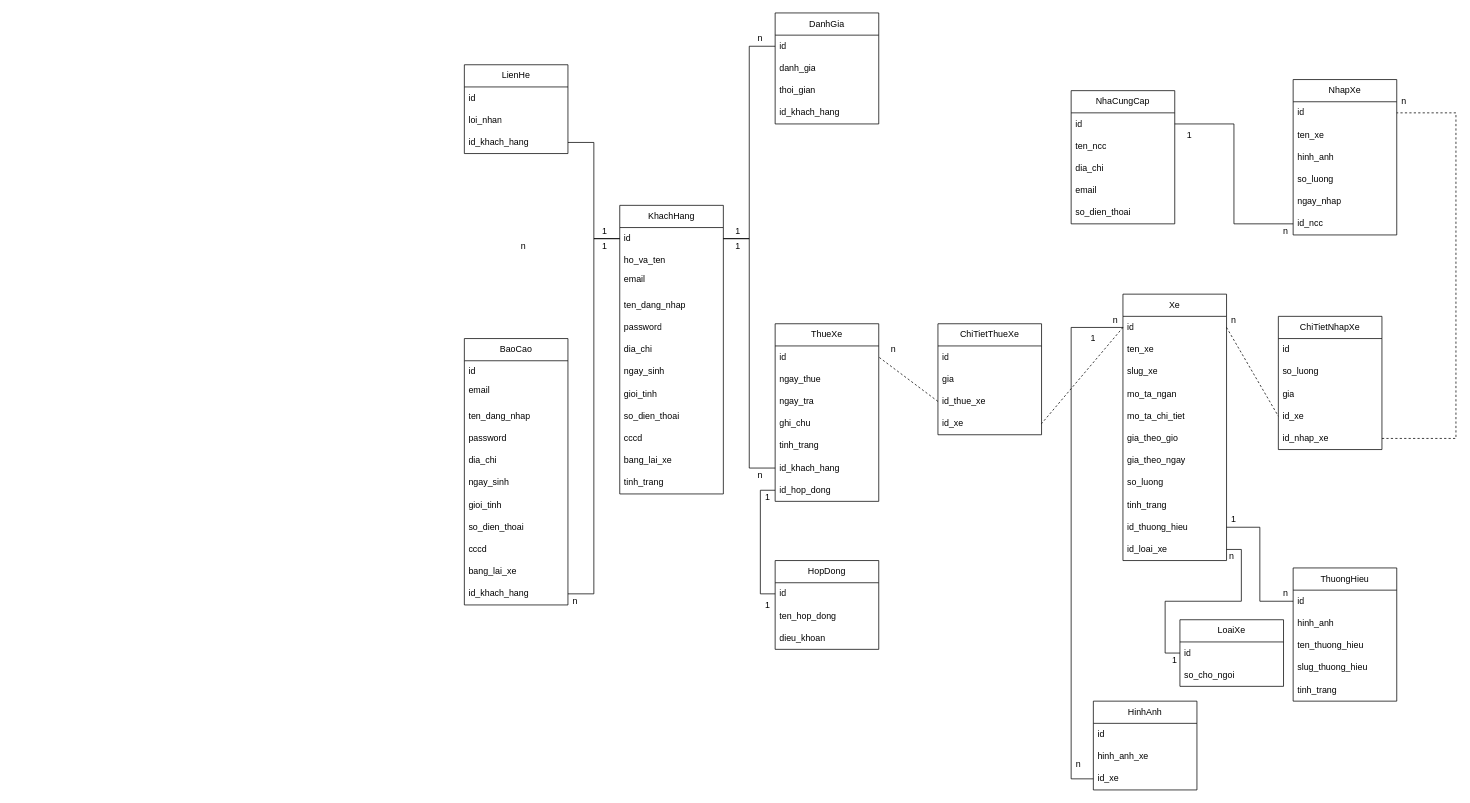
Earlier version of the draw.io diagram ocr.drawio (phtsnh26/SpeedGearX). Source tidied: cells renumbered, new cells numbered last; positions are measured from the earlier drawing's top-left corner, leaving out a move shared by most shapes. Both pictures are drawn from the tidied source at 74%, with x=0, y=0 at pixel (464, 13).
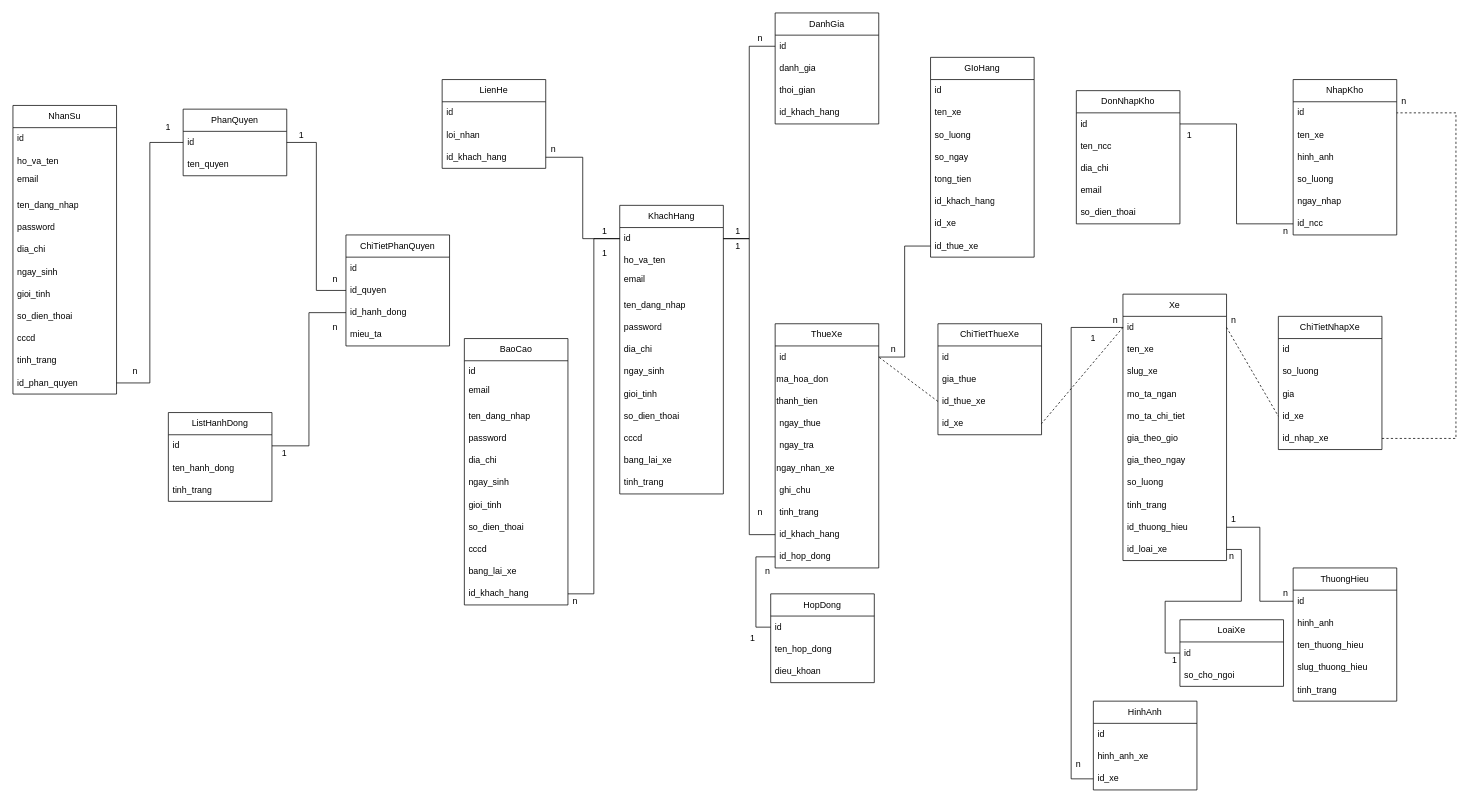
The same page after the edit.

Unchanged cells that the change refers to:
```xml
<mxCell id="63" value="id" style="text;strokeColor=none;fillColor=none;align=left;verticalAlign=middle;spacingLeft=4;spacingRight=4;overflow=hidden;points=[[0,0.5],[1,0.5]];portConstraint=eastwest;whiteSpace=wrap;html=1;" parent="62" vertex="1">
  <mxGeometry y="30" width="140" height="30" as="geometry" />
</mxCell>
<mxCell id="71" value="ChiTietThueXe" style="swimlane;fontStyle=0;horizontal=1;startSize=30;whiteSpace=wrap;html=1;" parent="1" vertex="1">
  <mxGeometry x="640" y="420" width="140" height="150" as="geometry" />
</mxCell>
```

Change to the diagram source:
```diff
@@
-    <mxCell id="42" value="NhaCungCap" style="swimlane;fontStyle=0;horizontal=1;startSize=30;whiteSpace=wrap;html=1;" parent="1" vertex="1">
-      <mxGeometry x="820" y="105" width="140" height="180" as="geometry" />
+    <mxCell id="42" value="DonNhapKho" style="swimlane;fontStyle=0;horizontal=1;startSize=30;whiteSpace=wrap;html=1;" parent="1" vertex="1">
+      <mxGeometry x="827" y="105" width="140" height="180" as="geometry" />
     </mxCell>
@@
-    <mxCell id="48" value="NhapXe" style="swimlane;fontStyle=0;horizontal=1;startSize=30;whiteSpace=wrap;html=1;" parent="1" vertex="1">
+    <mxCell id="48" value="NhapKho" style="swimlane;fontStyle=0;horizontal=1;startSize=30;whiteSpace=wrap;html=1;" parent="1" vertex="1">
       <mxGeometry x="1120" y="90" width="140" height="210" as="geometry" />
     </mxCell>
@@
-    <mxCell id="62" value="ThueXe" style="swimlane;fontStyle=0;horizontal=1;startSize=30;whiteSpace=wrap;html=1;" parent="1" vertex="1">
-      <mxGeometry x="420" y="420" width="140" height="240" as="geometry" />
+    <mxCell id="62" value="ThueXe" style="swimlane;fontStyle=0;horizontal=1;startSize=30;whiteSpace=wrap;html=1;align=center;" parent="1" vertex="1">
+      <mxGeometry x="420" y="420" width="140" height="330" as="geometry" />
     </mxCell>
@@
+    <mxCell id="132" value="ma_hoa_don" style="text;html=1;strokeColor=none;fillColor=none;align=left;verticalAlign=middle;whiteSpace=wrap;rounded=0;" parent="62" vertex="1">
+      <mxGeometry y="60" width="140" height="30" as="geometry" />
+    </mxCell>
+    <mxCell id="133" value="thanh_tien" style="text;html=1;strokeColor=none;fillColor=none;align=left;verticalAlign=middle;whiteSpace=wrap;rounded=0;" parent="62" vertex="1">
+      <mxGeometry y="90" width="140" height="30" as="geometry" />
+    </mxCell>
     <mxCell id="64" value="ngay_thue" style="text;strokeColor=none;fillColor=none;align=left;verticalAlign=middle;spacingLeft=4;spacingRight=4;overflow=hidden;whiteSpace=wrap;html=1;" parent="62" vertex="1">
-      <mxGeometry y="60" width="140" height="30" as="geometry" />
+      <mxGeometry y="120" width="140" height="30" as="geometry" />
     </mxCell>
     <mxCell id="65" value="ngay_tra" style="text;strokeColor=none;fillColor=none;align=left;verticalAlign=middle;spacingLeft=4;spacingRight=4;overflow=hidden;whiteSpace=wrap;html=1;" parent="62" vertex="1">
-      <mxGeometry y="90" width="140" height="30" as="geometry" />
+      <mxGeometry y="150" width="140" height="30" as="geometry" />
     </mxCell>
+    <mxCell id="134" value="ngay_nhan_xe" style="text;html=1;strokeColor=none;fillColor=none;align=left;verticalAlign=middle;whiteSpace=wrap;rounded=0;" parent="62" vertex="1">
+      <mxGeometry y="180" width="140" height="30" as="geometry" />
+    </mxCell>
     <mxCell id="66" value="ghi_chu" style="text;strokeColor=none;fillColor=none;align=left;verticalAlign=middle;spacingLeft=4;spacingRight=4;overflow=hidden;whiteSpace=wrap;html=1;" parent="62" vertex="1">
-      <mxGeometry y="120" width="140" height="30" as="geometry" />
+      <mxGeometry y="210" width="140" height="30" as="geometry" />
     </mxCell>
     <mxCell id="67" value="tinh_trang" style="text;strokeColor=none;fillColor=none;align=left;verticalAlign=middle;spacingLeft=4;spacingRight=4;overflow=hidden;whiteSpace=wrap;html=1;" parent="62" vertex="1">
-      <mxGeometry y="150" width="140" height="30" as="geometry" />
+      <mxGeometry y="240" width="140" height="30" as="geometry" />
     </mxCell>
     <mxCell id="68" value="id_khach_hang" style="text;strokeColor=none;fillColor=none;align=left;verticalAlign=middle;spacingLeft=4;spacingRight=4;overflow=hidden;points=[[0,0.5],[1,0.5]];portConstraint=eastwest;whiteSpace=wrap;html=1;" parent="62" vertex="1">
-      <mxGeometry y="180" width="140" height="30" as="geometry" />
+      <mxGeometry y="270" width="140" height="30" as="geometry" />
     </mxCell>
     <mxCell id="69" value="id_hop_dong" style="text;strokeColor=none;fillColor=none;align=left;verticalAlign=middle;spacingLeft=4;spacingRight=4;overflow=hidden;points=[[0,0.5],[1,0.5]];portConstraint=eastwest;whiteSpace=wrap;html=1;" parent="62" vertex="1">
-      <mxGeometry y="210" width="140" height="30" as="geometry" />
+      <mxGeometry y="300" width="140" height="30" as="geometry" />
     </mxCell>
@@
-    <mxCell id="73" value="gia" style="text;strokeColor=none;fillColor=none;align=left;verticalAlign=middle;spacingLeft=4;spacingRight=4;overflow=hidden;whiteSpace=wrap;html=1;" parent="71" vertex="1">
+    <mxCell id="73" value="gia_thue" style="text;strokeColor=none;fillColor=none;align=left;verticalAlign=middle;spacingLeft=4;spacingRight=4;overflow=hidden;whiteSpace=wrap;html=1;" parent="71" vertex="1">
       <mxGeometry y="60" width="140" height="30" as="geometry" />
     </mxCell>
@@
     <mxCell id="100" value="n" style="text;html=1;strokeColor=none;fillColor=none;align=center;verticalAlign=middle;whiteSpace=wrap;rounded=0;" parent="1" vertex="1">
-      <mxGeometry x="370" y="610" width="60" height="30" as="geometry" />
+      <mxGeometry x="370" y="660" width="60" height="30" as="geometry" />
     </mxCell>
@@
     <mxCell id="118" value="HopDong" style="swimlane;fontStyle=0;horizontal=1;startSize=30;whiteSpace=wrap;html=1;" parent="1" vertex="1">
-      <mxGeometry x="420" y="740" width="140" height="120" as="geometry" />
+      <mxGeometry x="414" y="785" width="140" height="120" as="geometry" />
     </mxCell>
@@
-    <mxCell id="123" value="1" style="text;html=1;strokeColor=none;fillColor=none;align=center;verticalAlign=middle;whiteSpace=wrap;rounded=0;" parent="1" vertex="1">
-      <mxGeometry x="380" y="640" width="60" height="30" as="geometry" />
+    <mxCell id="123" value="n" style="text;html=1;strokeColor=none;fillColor=none;align=center;verticalAlign=middle;whiteSpace=wrap;rounded=0;" parent="1" vertex="1">
+      <mxGeometry x="380" y="740" width="60" height="30" as="geometry" />
     </mxCell>
     <mxCell id="124" value="1" style="text;html=1;strokeColor=none;fillColor=none;align=center;verticalAlign=middle;whiteSpace=wrap;rounded=0;" parent="1" vertex="1">
-      <mxGeometry x="380" y="785" width="60" height="30" as="geometry" />
+      <mxGeometry x="360" y="830" width="60" height="30" as="geometry" />
     </mxCell>
     <mxCell id="125" value="LienHe" style="swimlane;fontStyle=0;horizontal=1;startSize=30;whiteSpace=wrap;html=1;" parent="1" vertex="1">
-      <mxGeometry y="70" width="140" height="120" as="geometry" />
+      <mxGeometry x="-30" y="90" width="140" height="120" as="geometry" />
     </mxCell>
-    <mxCell id="126" value="id" style="text;strokeColor=none;fillColor=none;align=left;verticalAlign=middle;spacingLeft=4;spacingRight=4;overflow=hidden;whiteSpace=wrap;html=1;" parent="125" vertex="1">
-      <mxGeometry y="30" width="140" height="30" as="geometry" />
-    </mxCell>
+    <mxCell id="135" value="id" style="text;strokeColor=none;fillColor=none;align=left;verticalAlign=middle;spacingLeft=4;spacingRight=4;overflow=hidden;whiteSpace=wrap;html=1;" parent="125" vertex="1">
+      <mxGeometry y="30" width="140" height="30" as="geometry" />
+    </mxCell>
@@
-    <mxCell id="130" value="1" style="text;html=1;strokeColor=none;fillColor=none;align=center;verticalAlign=middle;whiteSpace=wrap;rounded=0;" parent="1" vertex="1">
-      <mxGeometry x="160" y="300" width="60" height="30" as="geometry" />
-    </mxCell>
-    <mxCell id="131" value="n" style="text;html=1;strokeColor=none;fillColor=none;align=center;verticalAlign=middle;whiteSpace=wrap;rounded=0;" parent="1" vertex="1">
-      <mxGeometry x="50" y="300" width="60" height="30" as="geometry" />
-    </mxCell>
+    <mxCell id="136" value="1" style="text;html=1;strokeColor=none;fillColor=none;align=center;verticalAlign=middle;whiteSpace=wrap;rounded=0;" parent="1" vertex="1">
+      <mxGeometry x="160" y="310" width="60" height="30" as="geometry" />
+    </mxCell>
+    <mxCell id="137" value="n" style="text;html=1;align=center;verticalAlign=middle;strokeColor=none;fillColor=none;" parent="1" vertex="1">
+      <mxGeometry x="105" y="170" width="30" height="30" as="geometry" />
+    </mxCell>
+    <mxCell id="138" value="NhanSu" style="swimlane;fontStyle=0;horizontal=1;startSize=30;whiteSpace=wrap;html=1;" parent="1" vertex="1">
+      <mxGeometry x="-610" y="125" width="140" height="390" as="geometry" />
+    </mxCell>
+    <mxCell id="139" value="id" style="text;strokeColor=none;fillColor=none;align=left;verticalAlign=middle;spacingLeft=4;spacingRight=4;overflow=hidden;whiteSpace=wrap;html=1;" parent="138" vertex="1">
+      <mxGeometry y="30" width="140" height="30" as="geometry" />
+    </mxCell>
+    <mxCell id="140" value="ho_va_ten" style="text;strokeColor=none;fillColor=none;align=left;verticalAlign=middle;spacingLeft=4;spacingRight=4;overflow=hidden;whiteSpace=wrap;html=1;" parent="138" vertex="1">
+      <mxGeometry y="60" width="140" height="30" as="geometry" />
+    </mxCell>
+    <mxCell id="141" value="email&lt;span style=&quot;white-space: pre;&quot;&gt;&#9;&lt;/span&gt;&lt;br&gt;&lt;br&gt;" style="text;strokeColor=none;fillColor=none;align=left;verticalAlign=middle;spacingLeft=4;spacingRight=4;overflow=hidden;whiteSpace=wrap;html=1;" parent="138" vertex="1">
+      <mxGeometry y="90" width="140" height="30" as="geometry" />
+    </mxCell>
+    <mxCell id="142" value="ten_dang_nhap" style="text;strokeColor=none;fillColor=none;align=left;verticalAlign=middle;spacingLeft=4;spacingRight=4;overflow=hidden;whiteSpace=wrap;html=1;" parent="138" vertex="1">
+      <mxGeometry y="120" width="140" height="30" as="geometry" />
+    </mxCell>
+    <mxCell id="143" value="password" style="text;strokeColor=none;fillColor=none;align=left;verticalAlign=middle;spacingLeft=4;spacingRight=4;overflow=hidden;whiteSpace=wrap;html=1;" parent="138" vertex="1">
+      <mxGeometry y="150" width="140" height="30" as="geometry" />
+    </mxCell>
+    <mxCell id="144" value="dia_chi" style="text;strokeColor=none;fillColor=none;align=left;verticalAlign=middle;spacingLeft=4;spacingRight=4;overflow=hidden;whiteSpace=wrap;html=1;" parent="138" vertex="1">
+      <mxGeometry y="180" width="140" height="30" as="geometry" />
+    </mxCell>
+    <mxCell id="145" value="ngay_sinh" style="text;strokeColor=none;fillColor=none;align=left;verticalAlign=middle;spacingLeft=4;spacingRight=4;overflow=hidden;whiteSpace=wrap;html=1;" parent="138" vertex="1">
+      <mxGeometry y="210" width="140" height="30" as="geometry" />
+    </mxCell>
+    <mxCell id="146" value="gioi_tinh" style="text;strokeColor=none;fillColor=none;align=left;verticalAlign=middle;spacingLeft=4;spacingRight=4;overflow=hidden;whiteSpace=wrap;html=1;" parent="138" vertex="1">
+      <mxGeometry y="240" width="140" height="30" as="geometry" />
+    </mxCell>
+    <mxCell id="147" value="so_dien_thoai" style="text;strokeColor=none;fillColor=none;align=left;verticalAlign=middle;spacingLeft=4;spacingRight=4;overflow=hidden;whiteSpace=wrap;html=1;" parent="138" vertex="1">
+      <mxGeometry y="270" width="140" height="30" as="geometry" />
+    </mxCell>
+    <mxCell id="148" value="cccd" style="text;strokeColor=none;fillColor=none;align=left;verticalAlign=middle;spacingLeft=4;spacingRight=4;overflow=hidden;whiteSpace=wrap;html=1;" parent="138" vertex="1">
+      <mxGeometry y="300" width="140" height="30" as="geometry" />
+    </mxCell>
+    <mxCell id="149" value="tinh_trang" style="text;strokeColor=none;fillColor=none;align=left;verticalAlign=middle;spacingLeft=4;spacingRight=4;overflow=hidden;whiteSpace=wrap;html=1;" parent="138" vertex="1">
+      <mxGeometry y="330" width="140" height="30" as="geometry" />
+    </mxCell>
+    <mxCell id="150" value="id_phan_quyen" style="text;strokeColor=none;fillColor=none;align=left;verticalAlign=middle;spacingLeft=4;spacingRight=4;overflow=hidden;points=[[0,0.5],[1,0.5]];portConstraint=eastwest;whiteSpace=wrap;html=1;" parent="138" vertex="1">
+      <mxGeometry y="360" width="140" height="30" as="geometry" />
+    </mxCell>
+    <mxCell id="151" value="PhanQuyen" style="swimlane;fontStyle=0;horizontal=1;startSize=30;whiteSpace=wrap;html=1;" parent="1" vertex="1">
+      <mxGeometry x="-380" y="130" width="140" height="90" as="geometry" />
+    </mxCell>
+    <mxCell id="152" value="id" style="text;strokeColor=none;fillColor=none;align=left;verticalAlign=middle;spacingLeft=4;spacingRight=4;overflow=hidden;points=[[0,0.5],[1,0.5]];portConstraint=eastwest;whiteSpace=wrap;html=1;" parent="151" vertex="1">
+      <mxGeometry y="30" width="140" height="30" as="geometry" />
+    </mxCell>
+    <mxCell id="153" value="ten_quyen" style="text;strokeColor=none;fillColor=none;align=left;verticalAlign=middle;spacingLeft=4;spacingRight=4;overflow=hidden;whiteSpace=wrap;html=1;" parent="151" vertex="1">
+      <mxGeometry y="60" width="140" height="30" as="geometry" />
+    </mxCell>
+    <mxCell id="154" style="edgeStyle=orthogonalEdgeStyle;rounded=0;jettySize=auto;html=1;endArrow=none;endFill=0;" parent="1" edge="1" source="152" target="150">
+      <mxGeometry relative="1" as="geometry" />
+    </mxCell>
+    <mxCell id="155" value="1" style="text;html=1;strokeColor=none;fillColor=none;align=center;verticalAlign=middle;whiteSpace=wrap;rounded=0;" parent="1" vertex="1">
+      <mxGeometry x="-430" y="140" width="60" height="30" as="geometry" />
+    </mxCell>
+    <mxCell id="156" value="n" style="text;html=1;align=center;verticalAlign=middle;strokeColor=none;fillColor=none;" parent="1" vertex="1">
+      <mxGeometry x="-460" y="470" width="30" height="30" as="geometry" />
+    </mxCell>
+    <mxCell id="157" value="ChiTietPhanQuyen" style="swimlane;fontStyle=0;horizontal=1;startSize=30;whiteSpace=wrap;html=1;" parent="1" vertex="1">
+      <mxGeometry x="-160" y="300" width="140" height="150" as="geometry" />
+    </mxCell>
+    <mxCell id="158" value="id" style="text;strokeColor=none;fillColor=none;align=left;verticalAlign=middle;spacingLeft=4;spacingRight=4;overflow=hidden;whiteSpace=wrap;html=1;" parent="157" vertex="1">
+      <mxGeometry y="30" width="140" height="30" as="geometry" />
+    </mxCell>
+    <mxCell id="159" value="id_quyen" style="text;strokeColor=none;fillColor=none;align=left;verticalAlign=middle;spacingLeft=4;spacingRight=4;overflow=hidden;points=[[0,0.5],[1,0.5]];portConstraint=eastwest;whiteSpace=wrap;html=1;" parent="157" vertex="1">
+      <mxGeometry y="60" width="140" height="30" as="geometry" />
+    </mxCell>
+    <mxCell id="160" value="id_hanh_dong" style="text;strokeColor=none;fillColor=none;align=left;verticalAlign=middle;spacingLeft=4;spacingRight=4;overflow=hidden;points=[[0,0.5],[1,0.5]];portConstraint=eastwest;whiteSpace=wrap;html=1;" parent="157" vertex="1">
+      <mxGeometry y="90" width="140" height="30" as="geometry" />
+    </mxCell>
+    <mxCell id="161" value="mieu_ta" style="text;strokeColor=none;fillColor=none;align=left;verticalAlign=middle;spacingLeft=4;spacingRight=4;overflow=hidden;whiteSpace=wrap;html=1;" parent="157" vertex="1">
+      <mxGeometry y="120" width="140" height="30" as="geometry" />
+    </mxCell>
+    <mxCell id="162" style="edgeStyle=orthogonalEdgeStyle;rounded=0;jettySize=auto;html=1;endArrow=none;endFill=0;" parent="1" edge="1" source="152" target="159">
+      <mxGeometry relative="1" as="geometry" />
+    </mxCell>
+    <mxCell id="163" value="1" style="text;html=1;strokeColor=none;fillColor=none;align=center;verticalAlign=middle;whiteSpace=wrap;rounded=0;" parent="1" vertex="1">
+      <mxGeometry x="-250" y="150" width="60" height="30" as="geometry" />
+    </mxCell>
+    <mxCell id="164" value="n" style="text;html=1;align=center;verticalAlign=middle;strokeColor=none;fillColor=none;" parent="1" vertex="1">
+      <mxGeometry x="-190" y="345" width="30" height="30" as="geometry" />
+    </mxCell>
+    <mxCell id="165" value="ListHanhDong" style="swimlane;fontStyle=0;horizontal=1;startSize=30;whiteSpace=wrap;html=1;" parent="1" vertex="1">
+      <mxGeometry x="-400" y="540" width="140" height="120" as="geometry" />
+    </mxCell>
+    <mxCell id="166" value="id" style="text;strokeColor=none;fillColor=none;align=left;verticalAlign=middle;spacingLeft=4;spacingRight=4;overflow=hidden;points=[[0,0.5],[1,0.5]];portConstraint=eastwest;whiteSpace=wrap;html=1;" parent="165" vertex="1">
+      <mxGeometry y="30" width="140" height="30" as="geometry" />
+    </mxCell>
+    <mxCell id="167" value="ten_hanh_dong" style="text;strokeColor=none;fillColor=none;align=left;verticalAlign=middle;spacingLeft=4;spacingRight=4;overflow=hidden;whiteSpace=wrap;html=1;" parent="165" vertex="1">
+      <mxGeometry y="60" width="140" height="30" as="geometry" />
+    </mxCell>
+    <mxCell id="168" value="tinh_trang" style="text;strokeColor=none;fillColor=none;align=left;verticalAlign=middle;spacingLeft=4;spacingRight=4;overflow=hidden;whiteSpace=wrap;html=1;" parent="165" vertex="1">
+      <mxGeometry y="90" width="140" height="30" as="geometry" />
+    </mxCell>
+    <mxCell id="169" style="edgeStyle=orthogonalEdgeStyle;rounded=0;jettySize=auto;html=1;endArrow=none;endFill=0;" parent="1" edge="1" source="166" target="160">
+      <mxGeometry relative="1" as="geometry" />
+    </mxCell>
+    <mxCell id="170" value="1" style="text;html=1;strokeColor=none;fillColor=none;align=center;verticalAlign=middle;whiteSpace=wrap;rounded=0;" parent="1" vertex="1">
+      <mxGeometry x="-273" y="580" width="60" height="30" as="geometry" />
+    </mxCell>
+    <mxCell id="171" value="n" style="text;html=1;align=center;verticalAlign=middle;strokeColor=none;fillColor=none;" parent="1" vertex="1">
+      <mxGeometry x="-190" y="410" width="30" height="30" as="geometry" />
+    </mxCell>
+    <mxCell id="172" value="GIoHang" style="swimlane;fontStyle=0;horizontal=1;startSize=30;whiteSpace=wrap;html=1;" parent="1" vertex="1">
+      <mxGeometry x="630" y="60" width="140" height="270" as="geometry" />
+    </mxCell>
+    <mxCell id="173" value="id" style="text;strokeColor=none;fillColor=none;align=left;verticalAlign=middle;spacingLeft=4;spacingRight=4;overflow=hidden;whiteSpace=wrap;html=1;" parent="172" vertex="1">
+      <mxGeometry y="30" width="140" height="30" as="geometry" />
+    </mxCell>
+    <mxCell id="174" value="ten_xe" style="text;strokeColor=none;fillColor=none;align=left;verticalAlign=middle;spacingLeft=4;spacingRight=4;overflow=hidden;whiteSpace=wrap;html=1;" parent="172" vertex="1">
+      <mxGeometry y="60" width="140" height="30" as="geometry" />
+    </mxCell>
+    <mxCell id="175" value="so_luong" style="text;strokeColor=none;fillColor=none;align=left;verticalAlign=middle;spacingLeft=4;spacingRight=4;overflow=hidden;whiteSpace=wrap;html=1;" parent="172" vertex="1">
+      <mxGeometry y="90" width="140" height="30" as="geometry" />
+    </mxCell>
+    <mxCell id="176" value="so_ngay" style="text;strokeColor=none;fillColor=none;align=left;verticalAlign=middle;spacingLeft=4;spacingRight=4;overflow=hidden;whiteSpace=wrap;html=1;" parent="172" vertex="1">
+      <mxGeometry y="120" width="140" height="30" as="geometry" />
+    </mxCell>
+    <mxCell id="177" value="tong_tien" style="text;strokeColor=none;fillColor=none;align=left;verticalAlign=middle;spacingLeft=4;spacingRight=4;overflow=hidden;whiteSpace=wrap;html=1;" parent="172" vertex="1">
+      <mxGeometry y="150" width="140" height="30" as="geometry" />
+    </mxCell>
+    <mxCell id="178" value="id_khach_hang" style="text;strokeColor=none;fillColor=none;align=left;verticalAlign=middle;spacingLeft=4;spacingRight=4;overflow=hidden;whiteSpace=wrap;html=1;" parent="172" vertex="1">
+      <mxGeometry y="180" width="140" height="30" as="geometry" />
+    </mxCell>
+    <mxCell id="179" value="id_xe" style="text;strokeColor=none;fillColor=none;align=left;verticalAlign=middle;spacingLeft=4;spacingRight=4;overflow=hidden;whiteSpace=wrap;html=1;" parent="172" vertex="1">
+      <mxGeometry y="210" width="140" height="30" as="geometry" />
+    </mxCell>
+    <mxCell id="180" value="id_thue_xe" style="text;strokeColor=none;fillColor=none;align=left;verticalAlign=middle;spacingLeft=4;spacingRight=4;overflow=hidden;points=[[0,0.5],[1,0.5]];portConstraint=eastwest;whiteSpace=wrap;html=1;" parent="172" vertex="1">
+      <mxGeometry y="240" width="140" height="30" as="geometry" />
+    </mxCell>
+    <mxCell id="181" style="edgeStyle=orthogonalEdgeStyle;rounded=0;jettySize=auto;html=1;endArrow=none;endFill=0;" parent="1" edge="1" source="63" target="180">
+      <mxGeometry relative="1" as="geometry" />
+    </mxCell>
```
